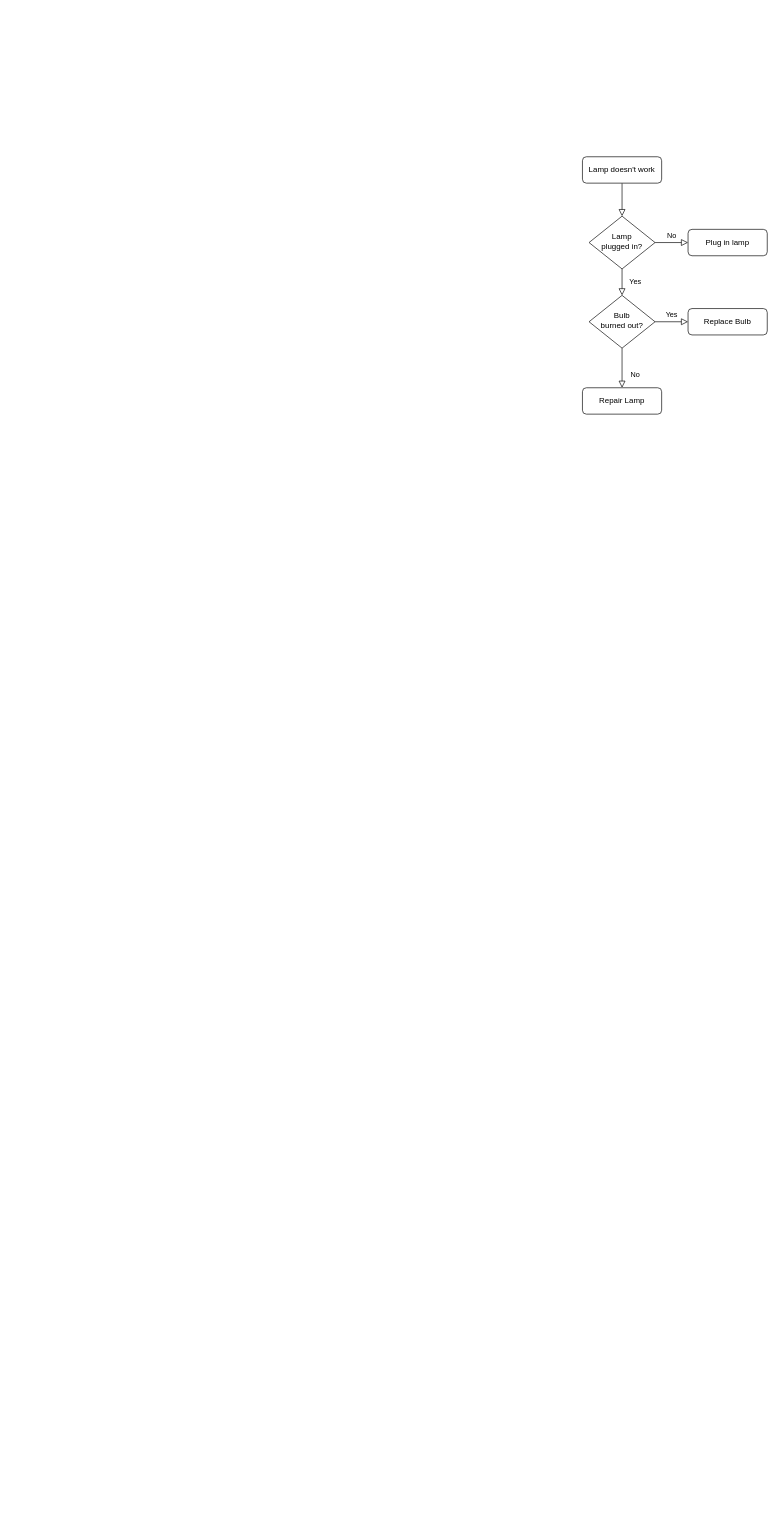
Earlier version of the draw.io diagram Map Screen.drawio (Lea23VC/MapApp). Source tidied: cells renumbered, new cells numbered last; positions are measured from the earlier drawing's top-left corner, leaving out a move shared by most shapes. Both pictures are drawn from the tidied source at 66%, with x=0, y=0 at pixel (582, 156).
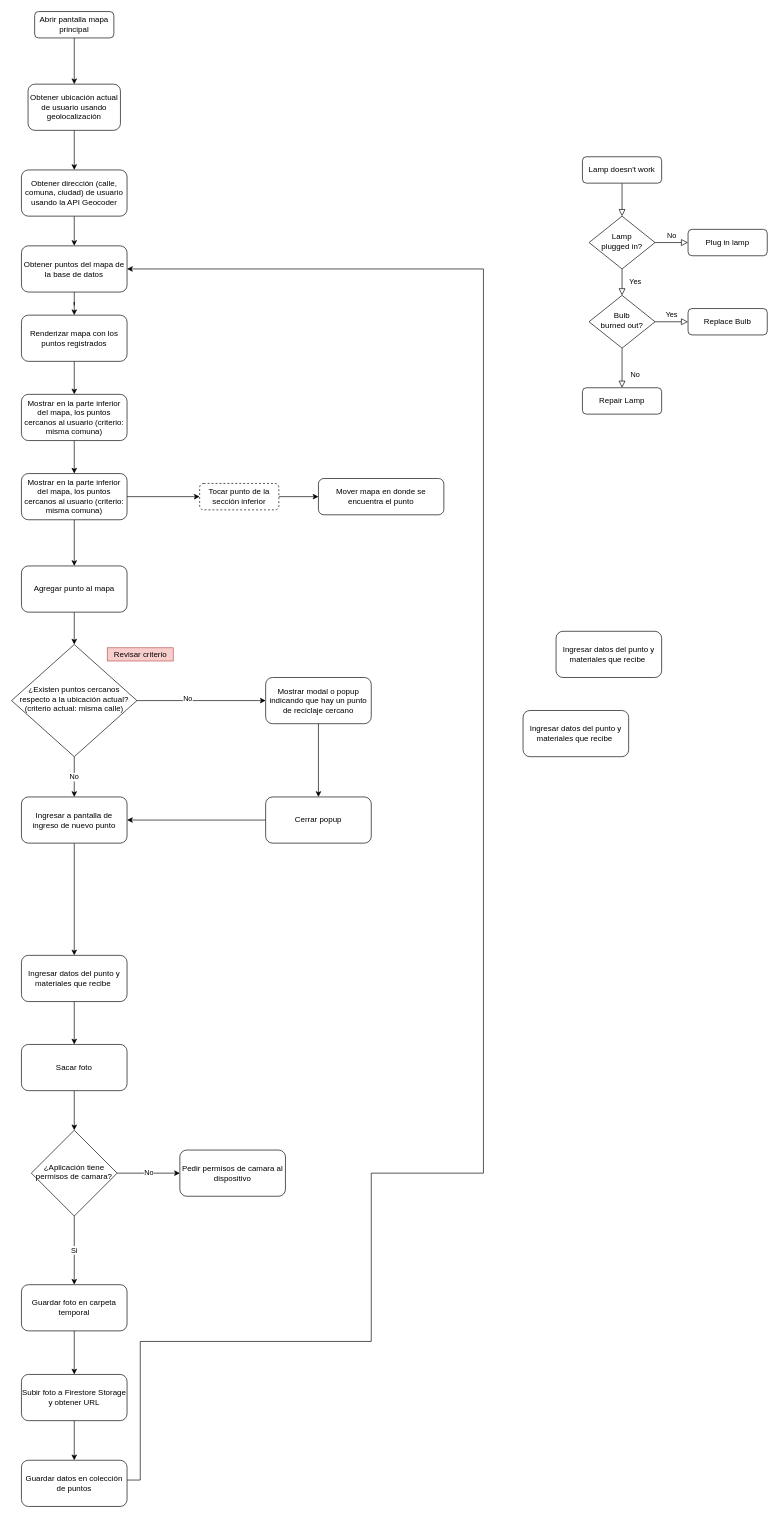
The same diagram, later.

Diff of the diagram source:
```diff
@@
+    <mxCell id="13" style="edgeStyle=orthogonalEdgeStyle;rounded=0;jettySize=auto;html=1;" parent="1" edge="1" source="14" target="16">
+      <mxGeometry relative="1" as="geometry" />
+    </mxCell>
+    <mxCell id="14" value="Abrir pantalla mapa principal" style="rounded=1;whiteSpace=wrap;html=1;fontSize=12;glass=0;strokeWidth=1;shadow=0;" parent="1" vertex="1">
+      <mxGeometry x="-830" y="-220" width="120" height="40" as="geometry" />
+    </mxCell>
+    <mxCell id="15" style="edgeStyle=orthogonalEdgeStyle;rounded=0;jettySize=auto;html=1;" parent="1" edge="1" source="16" target="18">
+      <mxGeometry relative="1" as="geometry" />
+    </mxCell>
+    <mxCell id="16" value="Obtener ubicación actual de usuario usando geolocalización" style="rounded=1;whiteSpace=wrap;html=1;fontSize=12;glass=0;strokeWidth=1;shadow=0;" parent="1" vertex="1">
+      <mxGeometry x="-840" y="-110" width="140" height="70" as="geometry" />
+    </mxCell>
+    <mxCell id="17" style="edgeStyle=orthogonalEdgeStyle;rounded=0;jettySize=auto;html=1;" parent="1" edge="1" source="18" target="20">
+      <mxGeometry relative="1" as="geometry" />
+    </mxCell>
+    <mxCell id="18" value="Obtener dirección (calle, comuna, ciudad) de usuario usando la API Geocoder" style="rounded=1;whiteSpace=wrap;html=1;fontSize=12;glass=0;strokeWidth=1;shadow=0;" parent="1" vertex="1">
+      <mxGeometry x="-850" y="20" width="160" height="70" as="geometry" />
+    </mxCell>
+    <mxCell id="19" style="edgeStyle=orthogonalEdgeStyle;rounded=0;jettySize=auto;html=1;entryX=0.5;entryY=0;entryDx=0;entryDy=0;" parent="1" edge="1" source="20" target="27">
+      <mxGeometry relative="1" as="geometry" />
+    </mxCell>
+    <mxCell id="20" value="Obtener puntos del mapa de la base de datos" style="rounded=1;whiteSpace=wrap;html=1;fontSize=12;glass=0;strokeWidth=1;shadow=0;" parent="1" vertex="1">
+      <mxGeometry x="-850" y="135" width="160" height="70" as="geometry" />
+    </mxCell>
+    <mxCell id="21" style="edgeStyle=orthogonalEdgeStyle;rounded=0;jettySize=auto;html=1;" parent="1" edge="1" source="22" target="25">
+      <mxGeometry relative="1" as="geometry" />
+    </mxCell>
+    <mxCell id="22" value="Mostrar en la parte inferior del mapa, los puntos cercanos al usuario (criterio: misma comuna)" style="rounded=1;whiteSpace=wrap;html=1;fontSize=12;glass=0;strokeWidth=1;shadow=0;" parent="1" vertex="1">
+      <mxGeometry x="-850" y="360" width="160" height="70" as="geometry" />
+    </mxCell>
+    <mxCell id="23" style="edgeStyle=orthogonalEdgeStyle;rounded=0;jettySize=auto;html=1;" parent="1" edge="1" source="25" target="32">
+      <mxGeometry relative="1" as="geometry" />
+    </mxCell>
+    <mxCell id="24" style="edgeStyle=orthogonalEdgeStyle;rounded=0;jettySize=auto;html=1;entryX=0;entryY=0.5;entryDx=0;entryDy=0;" parent="1" edge="1" source="25" target="29">
+      <mxGeometry relative="1" as="geometry" />
+    </mxCell>
+    <mxCell id="25" value="Mostrar en la parte inferior del mapa, los puntos cercanos al usuario (criterio: misma comuna)" style="rounded=1;whiteSpace=wrap;html=1;fontSize=12;glass=0;strokeWidth=1;shadow=0;" parent="1" vertex="1">
+      <mxGeometry x="-850" y="480" width="160" height="70" as="geometry" />
+    </mxCell>
+    <mxCell id="26" style="edgeStyle=orthogonalEdgeStyle;rounded=0;jettySize=auto;html=1;" parent="1" edge="1" source="27" target="22">
+      <mxGeometry relative="1" as="geometry" />
+    </mxCell>
+    <mxCell id="27" value="Renderizar mapa con los puntos registrados" style="rounded=1;whiteSpace=wrap;html=1;fontSize=12;glass=0;strokeWidth=1;shadow=0;" parent="1" vertex="1">
+      <mxGeometry x="-850" y="240" width="160" height="70" as="geometry" />
+    </mxCell>
+    <mxCell id="28" style="edgeStyle=orthogonalEdgeStyle;rounded=0;jettySize=auto;html=1;" parent="1" edge="1" source="29" target="30">
+      <mxGeometry relative="1" as="geometry" />
+    </mxCell>
+    <mxCell id="29" value="Tocar punto de la sección inferior" style="rounded=1;whiteSpace=wrap;html=1;fontSize=12;glass=0;strokeWidth=1;shadow=0;dashed=1;" parent="1" vertex="1">
+      <mxGeometry x="-580" y="495" width="120" height="40" as="geometry" />
+    </mxCell>
+    <mxCell id="30" value="Mover mapa en donde se encuentra el punto" style="rounded=1;whiteSpace=wrap;html=1;fontSize=12;glass=0;strokeWidth=1;shadow=0;" parent="1" vertex="1">
+      <mxGeometry x="-400" y="487.5" width="190" height="55" as="geometry" />
+    </mxCell>
+    <mxCell id="31" style="edgeStyle=orthogonalEdgeStyle;rounded=0;jettySize=auto;html=1;" parent="1" edge="1" source="32" target="52">
+      <mxGeometry relative="1" as="geometry" />
+    </mxCell>
+    <mxCell id="32" value="Agregar punto al mapa" style="rounded=1;whiteSpace=wrap;html=1;fontSize=12;glass=0;strokeWidth=1;shadow=0;" parent="1" vertex="1">
+      <mxGeometry x="-850" y="620" width="160" height="70" as="geometry" />
+    </mxCell>
+    <mxCell id="33" style="edgeStyle=orthogonalEdgeStyle;rounded=0;jettySize=auto;html=1;exitX=0.5;exitY=1;exitDx=0;exitDy=0;" parent="1" edge="1" source="34" target="36">
+      <mxGeometry relative="1" as="geometry" />
+    </mxCell>
+    <mxCell id="34" value="Ingresar datos del punto y materiales que recibe&amp;nbsp;" style="rounded=1;whiteSpace=wrap;html=1;fontSize=12;glass=0;strokeWidth=1;shadow=0;" parent="1" vertex="1">
+      <mxGeometry x="-850" y="1210" width="160" height="70" as="geometry" />
+    </mxCell>
+    <mxCell id="35" style="edgeStyle=orthogonalEdgeStyle;rounded=0;jettySize=auto;html=1;" parent="1" edge="1" source="36" target="39">
+      <mxGeometry relative="1" as="geometry" />
+    </mxCell>
+    <mxCell id="36" value="Sacar foto" style="rounded=1;whiteSpace=wrap;html=1;fontSize=12;glass=0;strokeWidth=1;shadow=0;" parent="1" vertex="1">
+      <mxGeometry x="-850" y="1345" width="160" height="70" as="geometry" />
+    </mxCell>
+    <mxCell id="37" value="No" style="edgeStyle=orthogonalEdgeStyle;rounded=0;jettySize=auto;html=1;entryX=0;entryY=0.5;entryDx=0;entryDy=0;" parent="1" edge="1" source="39" target="40">
+      <mxGeometry relative="1" as="geometry" />
+    </mxCell>
+    <mxCell id="38" value="Si" style="edgeStyle=orthogonalEdgeStyle;rounded=0;jettySize=auto;html=1;" parent="1" edge="1" source="39" target="42">
+      <mxGeometry relative="1" as="geometry" />
+    </mxCell>
+    <mxCell id="39" value="¿Aplicación tiene permisos de camara?" style="rhombus;whiteSpace=wrap;html=1;shadow=0;fontFamily=Helvetica;fontSize=12;align=center;strokeWidth=1;spacing=6;spacingTop=-4;" parent="1" vertex="1">
+      <mxGeometry x="-835" y="1475" width="130" height="130" as="geometry" />
+    </mxCell>
+    <mxCell id="40" value="Pedir permisos de camara al dispositivo" style="rounded=1;whiteSpace=wrap;html=1;fontSize=12;glass=0;strokeWidth=1;shadow=0;" parent="1" vertex="1">
+      <mxGeometry x="-610" y="1505" width="160" height="70" as="geometry" />
+    </mxCell>
+    <mxCell id="41" style="edgeStyle=orthogonalEdgeStyle;rounded=0;jettySize=auto;html=1;" parent="1" edge="1" source="42" target="44">
+      <mxGeometry relative="1" as="geometry" />
+    </mxCell>
+    <mxCell id="42" value="Guardar foto en carpeta temporal" style="rounded=1;whiteSpace=wrap;html=1;fontSize=12;glass=0;strokeWidth=1;shadow=0;" parent="1" vertex="1">
+      <mxGeometry x="-850" y="1709" width="160" height="70" as="geometry" />
+    </mxCell>
+    <mxCell id="43" style="edgeStyle=orthogonalEdgeStyle;rounded=0;jettySize=auto;html=1;" parent="1" edge="1" source="44" target="46">
+      <mxGeometry relative="1" as="geometry" />
+    </mxCell>
+    <mxCell id="44" value="Subir foto a Firestore Storage y obtener URL" style="rounded=1;whiteSpace=wrap;html=1;fontSize=12;glass=0;strokeWidth=1;shadow=0;" parent="1" vertex="1">
+      <mxGeometry x="-850" y="1845" width="160" height="70" as="geometry" />
+    </mxCell>
+    <mxCell id="45" style="edgeStyle=orthogonalEdgeStyle;rounded=0;jettySize=auto;html=1;entryX=1;entryY=0.5;entryDx=0;entryDy=0;" parent="1" edge="1" source="46" target="20">
+      <mxGeometry relative="1" as="geometry">
+        <Array as="points">
+          <mxPoint x="-670" y="2005" />
+          <mxPoint x="-670" y="1795" />
+          <mxPoint x="-320" y="1795" />
+          <mxPoint x="-320" y="1540" />
+          <mxPoint x="-150" y="1540" />
+          <mxPoint x="-150" y="170" />
+        </Array>
+      </mxGeometry>
+    </mxCell>
+    <mxCell id="46" value="Guardar datos en colección de puntos" style="rounded=1;whiteSpace=wrap;html=1;fontSize=12;glass=0;strokeWidth=1;shadow=0;" parent="1" vertex="1">
+      <mxGeometry x="-850" y="1975" width="160" height="70" as="geometry" />
+    </mxCell>
+    <mxCell id="47" value="Ingresar datos del punto y materiales que recibe&amp;nbsp;" style="rounded=1;whiteSpace=wrap;html=1;fontSize=12;glass=0;strokeWidth=1;shadow=0;" parent="1" vertex="1">
+      <mxGeometry x="-40" y="719" width="160" height="70" as="geometry" />
+    </mxCell>
+    <mxCell id="48" value="Ingresar datos del punto y materiales que recibe&amp;nbsp;" style="rounded=1;whiteSpace=wrap;html=1;fontSize=12;glass=0;strokeWidth=1;shadow=0;" parent="1" vertex="1">
+      <mxGeometry x="-90" y="839" width="160" height="70" as="geometry" />
+    </mxCell>
+    <mxCell id="49" value="No" style="edgeStyle=orthogonalEdgeStyle;rounded=0;jettySize=auto;html=1;" parent="1" edge="1" source="52" target="55">
+      <mxGeometry relative="1" as="geometry" />
+    </mxCell>
+    <mxCell id="50" style="edgeStyle=orthogonalEdgeStyle;rounded=0;jettySize=auto;html=1;" parent="1" edge="1" source="52" target="57">
+      <mxGeometry relative="1" as="geometry" />
+    </mxCell>
+    <mxCell id="51" value="No" style="edgeLabel;html=1;align=center;verticalAlign=middle;" parent="50" vertex="1">
+      <mxGeometry x="-0.22" y="4" relative="1" as="geometry" />
+    </mxCell>
+    <mxCell id="52" value="¿Existen puntos cercanos respecto a la ubicación actual? (criterio actual: misma calle)" style="rhombus;whiteSpace=wrap;html=1;shadow=0;fontFamily=Helvetica;fontSize=12;align=center;strokeWidth=1;spacing=6;spacingTop=-4;" parent="1" vertex="1">
+      <mxGeometry x="-865" y="739" width="190" height="170" as="geometry" />
+    </mxCell>
+    <mxCell id="53" value="Revisar criterio" style="text;html=1;align=center;verticalAlign=middle;strokeColor=#b85450;fillColor=#f8cecc;" parent="1" vertex="1">
+      <mxGeometry x="-720" y="744" width="100" height="20" as="geometry" />
+    </mxCell>
+    <mxCell id="54" style="edgeStyle=orthogonalEdgeStyle;rounded=0;jettySize=auto;html=1;" parent="1" edge="1" source="55" target="34">
+      <mxGeometry relative="1" as="geometry" />
+    </mxCell>
+    <mxCell id="55" value="Ingresar a pantalla de ingreso de nuevo punto" style="rounded=1;whiteSpace=wrap;html=1;fontSize=12;glass=0;strokeWidth=1;shadow=0;" parent="1" vertex="1">
+      <mxGeometry x="-850" y="970" width="160" height="70" as="geometry" />
+    </mxCell>
+    <mxCell id="56" style="edgeStyle=orthogonalEdgeStyle;rounded=0;jettySize=auto;html=1;" parent="1" edge="1" source="57" target="59">
+      <mxGeometry relative="1" as="geometry" />
+    </mxCell>
+    <mxCell id="57" value="Mostrar modal o popup indicando que hay un punto de reciclaje cercano" style="rounded=1;whiteSpace=wrap;html=1;fontSize=12;glass=0;strokeWidth=1;shadow=0;" parent="1" vertex="1">
+      <mxGeometry x="-480" y="789" width="160" height="70" as="geometry" />
+    </mxCell>
+    <mxCell id="58" style="edgeStyle=orthogonalEdgeStyle;rounded=0;jettySize=auto;html=1;entryX=1;entryY=0.5;entryDx=0;entryDy=0;" parent="1" edge="1" source="59" target="55">
+      <mxGeometry relative="1" as="geometry" />
+    </mxCell>
+    <mxCell id="59" value="Cerrar popup" style="rounded=1;whiteSpace=wrap;html=1;fontSize=12;glass=0;strokeWidth=1;shadow=0;" parent="1" vertex="1">
+      <mxGeometry x="-480" y="970" width="160" height="70" as="geometry" />
+    </mxCell>
```
